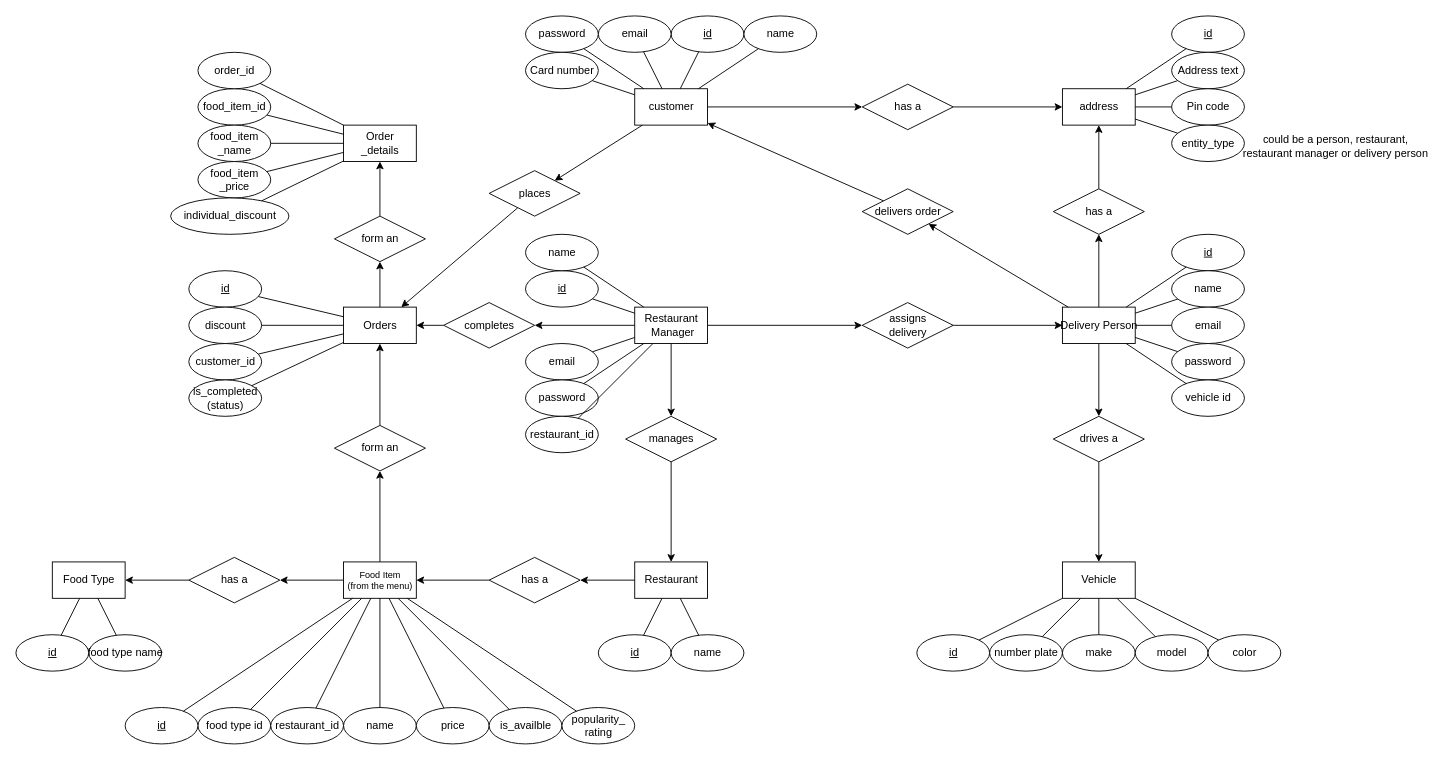
Earlier version of the draw.io diagram diagrams/ER/ER diagram.drawio (callofthewild/hunger-buzz). Source tidied: cells renumbered, new cells numbered last; positions are measured from the earlier drawing's top-left corner, leaving out a move shared by most shapes. Both pictures are drawn from the tidied source at 91%, with x=0, y=0 at pixel (15, 15).
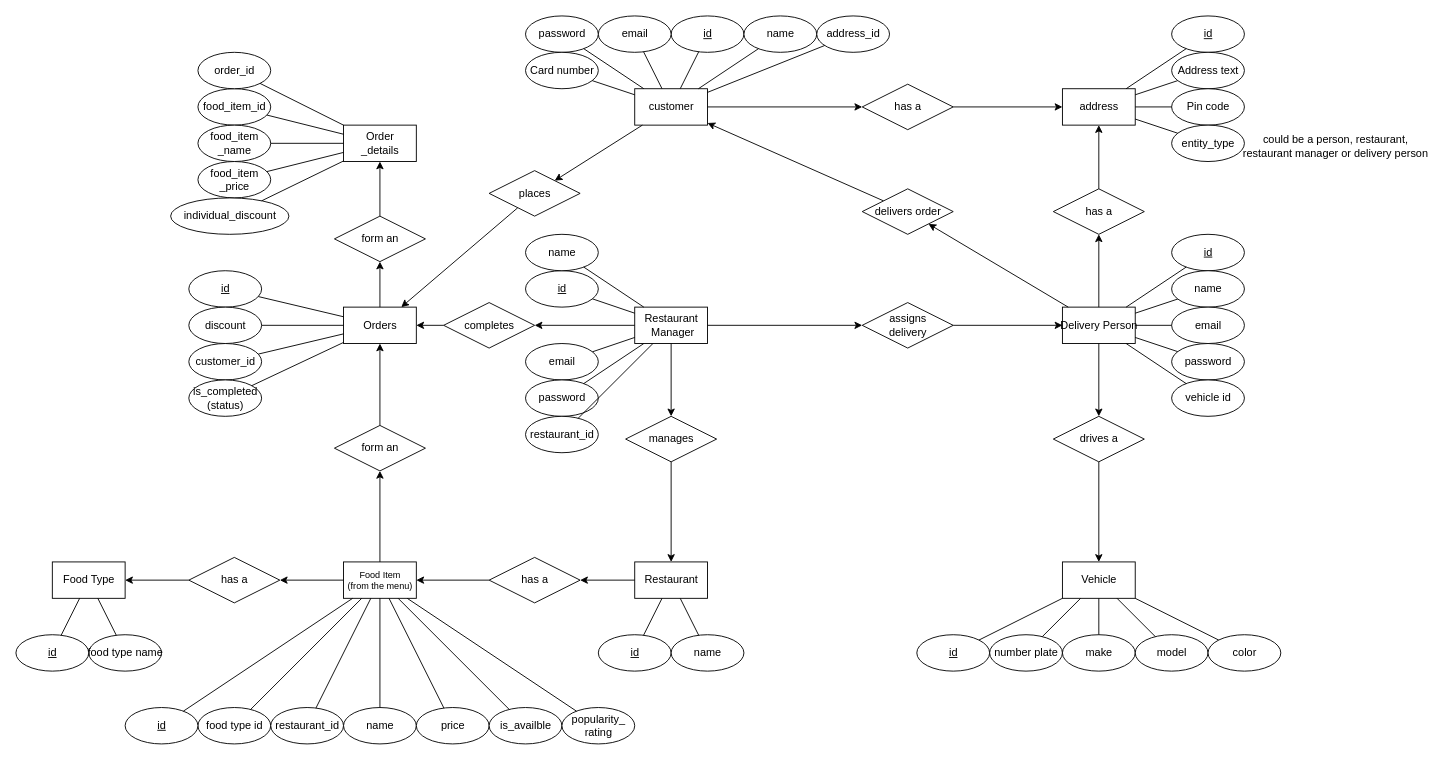
Above is the later version.

Commit message:
Added reference id for address in customer

Unchanged cells that the change refers to:
```xml
<mxCell id="2" value="customer" style="rounded=0;html=1;" parent="1" vertex="1">
  <mxGeometry x="680" y="80" width="80" height="40" as="geometry" />
</mxCell>
```

What changed in the source:
```diff
@@
+    <mxCell id="137" value="address_id" style="ellipse;html=1;" parent="1" vertex="1">
+      <mxGeometry x="880" width="80" height="40" as="geometry" />
+    </mxCell>
+    <mxCell id="138" style="endArrow=none;html=1;rounded=0;" parent="1" edge="1" source="137" target="2">
+      <mxGeometry relative="1" as="geometry" />
+    </mxCell>
```
